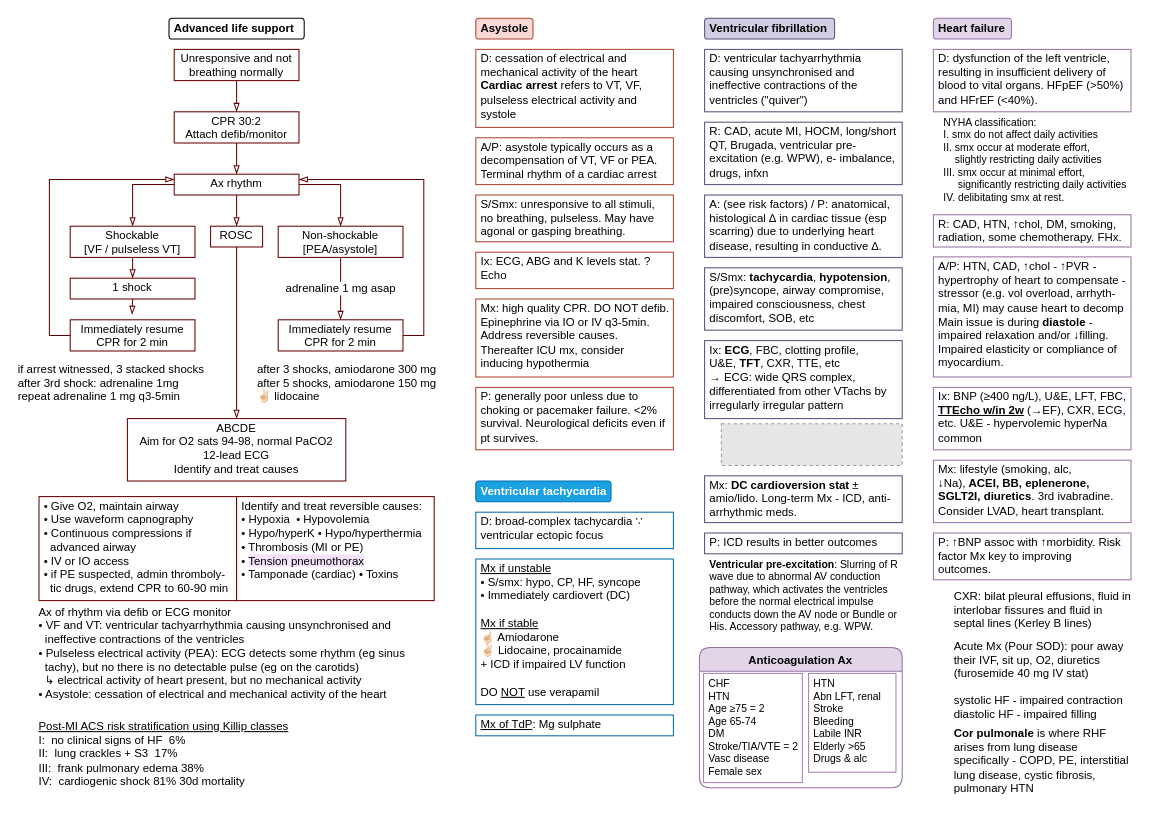
The draw.io diagram page "page-2" (2 of 5) of 01 CVS.drawio in joankl924/storage, before the edit. Source tidied: cells renumbered, new cells numbered last; positions are measured from the earlier drawing's top-left corner, leaving out a move shared by most shapes. Both pictures are drawn from the tidied source at 104%, with x=0, y=0 at pixel (18, 18). Pictures stored in the file or linked from it are replaced by grey dashed boxes.
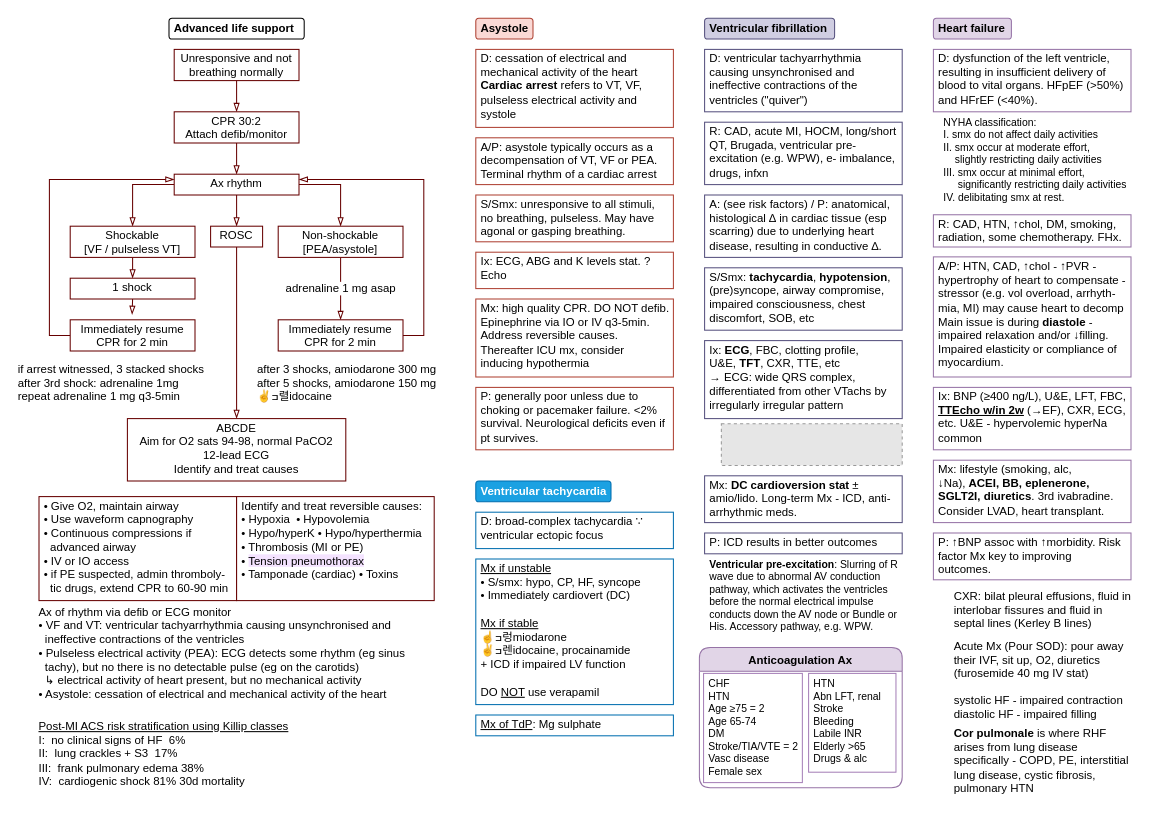
Above is the later version.

What changed in the source:
```diff
@@
-    <mxCell id="49" value="&lt;u&gt;Mx if unstable&lt;/u&gt;&lt;br&gt;• S/smx: hypo, CP, HF, syncope&amp;nbsp;&lt;br&gt;• Immediately cardiovert (DC)&lt;br&gt;&lt;br&gt;&lt;u&gt;Mx if stable&lt;/u&gt;&lt;br&gt;☝🏻 Amiodarone&amp;nbsp; &lt;br&gt;✌🏻 Lidocaine, procainamide&lt;br&gt;+ ICD if impaired LV function&lt;br&gt;&lt;br&gt;DO &lt;u&gt;NOT&lt;/u&gt; use verapamil&lt;br&gt;" style="rounded=0;whiteSpace=wrap;html=1;spacingTop=-7;spacing=5;align=left;verticalAlign=top;strokeColor=#006EAF;fontSize=11;" parent="1" vertex="1">
+    <mxCell id="49" value="&lt;u&gt;Mx if unstable&lt;/u&gt;&lt;br&gt;• S/smx: hypo, CP, HF, syncope&amp;nbsp;&lt;br&gt;• Immediately cardiovert (DC)&lt;br&gt;&lt;br&gt;&lt;u&gt;Mx if stable&lt;/u&gt;&lt;br&gt;☝ߏ렁miodarone&amp;nbsp; &lt;br&gt;✌ߏ렌idocaine, procainamide&lt;br&gt;+ ICD if impaired LV function&lt;br&gt;&lt;br&gt;DO &lt;u&gt;NOT&lt;/u&gt; use verapamil&lt;br&gt;" style="rounded=0;whiteSpace=wrap;html=1;spacingTop=-7;spacing=5;align=left;verticalAlign=top;strokeColor=#006EAF;fontSize=11;" parent="1" vertex="1">
       <mxGeometry x="440" y="520" width="190" height="140" as="geometry" />
     </mxCell>
@@
-    <mxCell id="65" value="after 3 shocks, amiodarone 300 mg&lt;br&gt;after 5 shocks, amiodarone 150 mg&lt;br&gt;✌🏻 lidocaine" style="text;html=1;strokeColor=none;fillColor=none;align=left;verticalAlign=top;whiteSpace=wrap;rounded=0;fontSize=11;spacing=0;spacingTop=-6;" parent="1" vertex="1">
+    <mxCell id="65" value="after 3 shocks, amiodarone 300 mg&lt;br&gt;after 5 shocks, amiodarone 150 mg&lt;br&gt;✌ߏ렬idocaine" style="text;html=1;strokeColor=none;fillColor=none;align=left;verticalAlign=top;whiteSpace=wrap;rounded=0;fontSize=11;spacing=0;spacingTop=-6;" parent="1" vertex="1">
       <mxGeometry x="230" y="332.5" width="180" height="37.5" as="geometry" />
     </mxCell>
```
